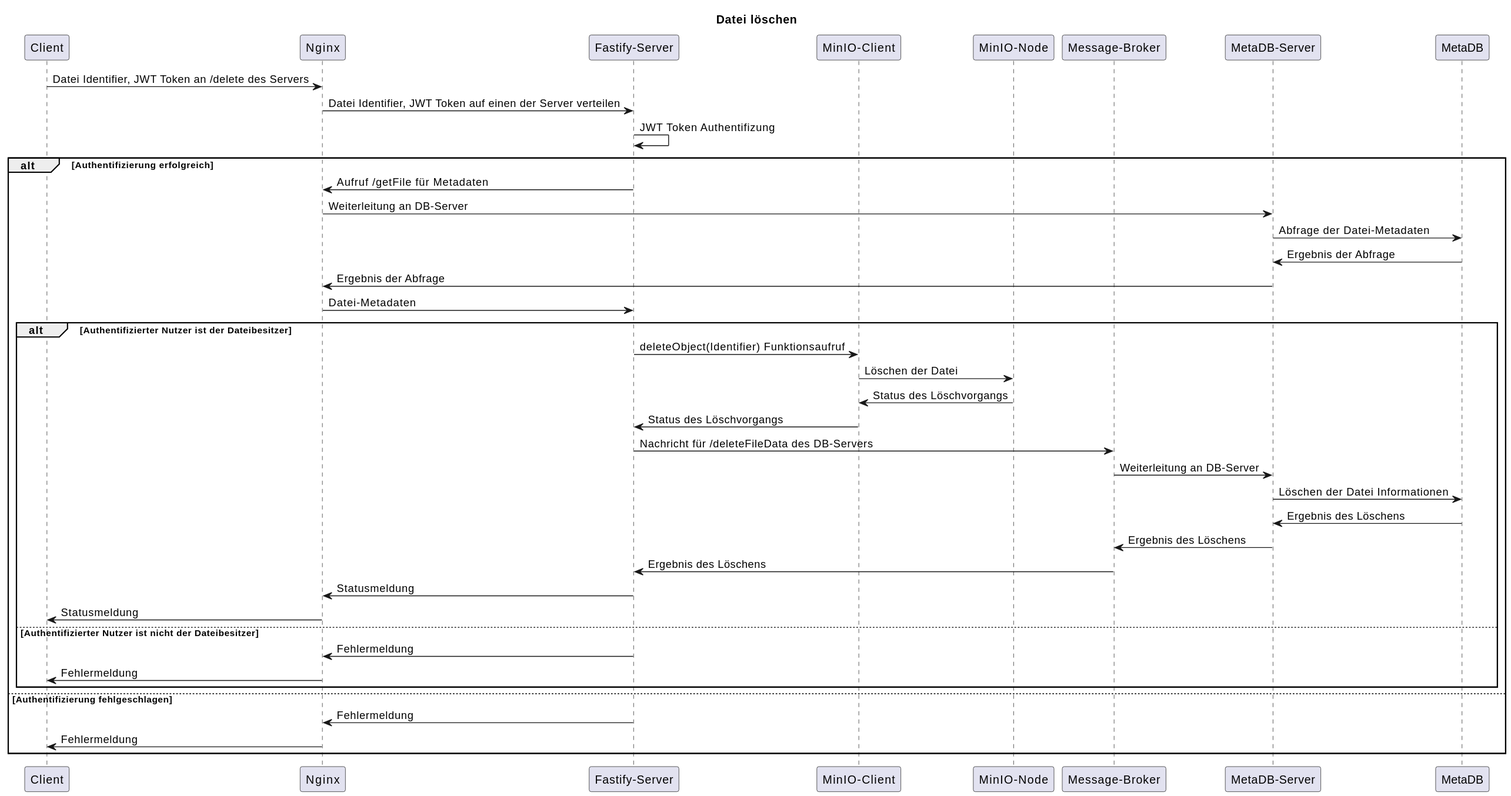
The PlantUML diagram documentation/delete-sequence.svg in TH-Projects/FileNest, before a commit.
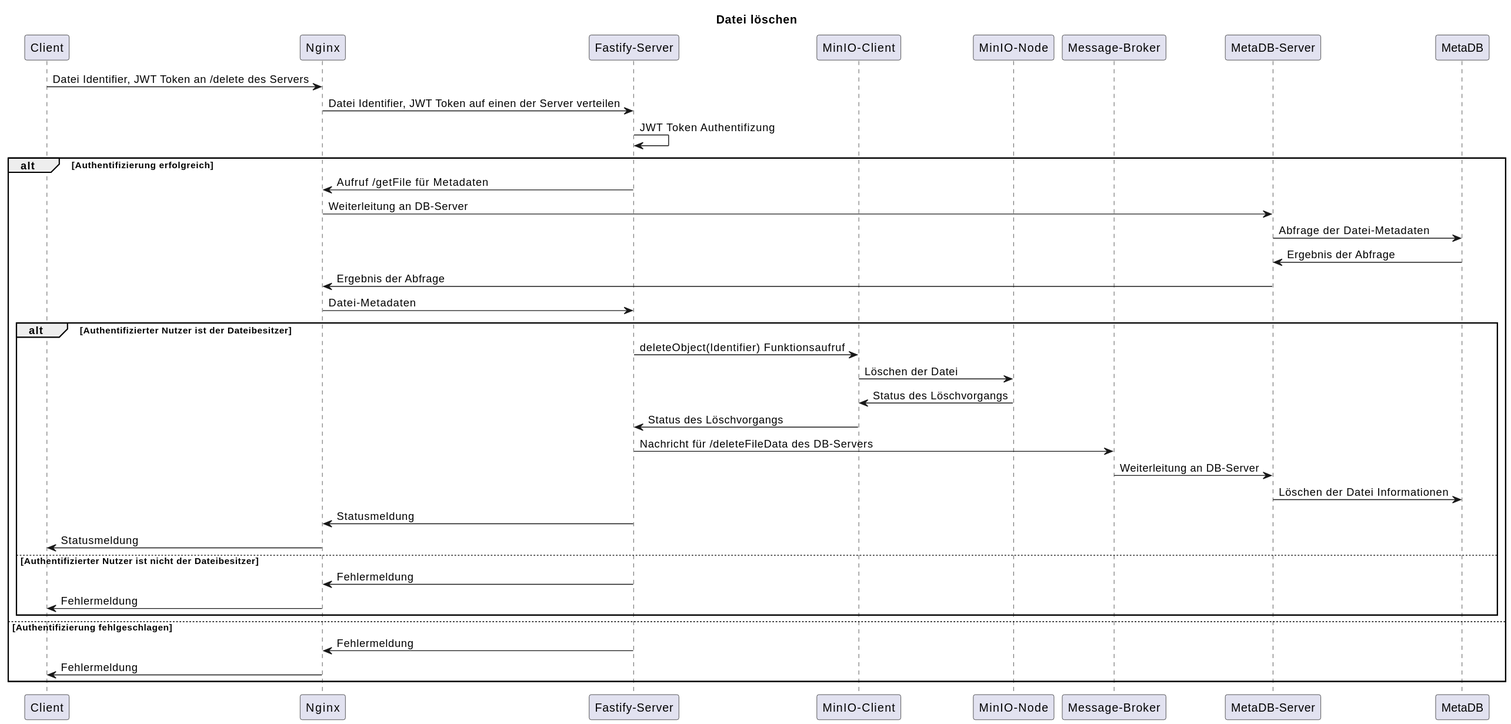
After the commit.

Commit message:
Updated sequence diagramms

What changed in the source:
```diff
@@ -32,9 +32,6 @@
         Server -> Broker: Nachricht für /deleteFileData des DB-Servers
         Broker -> DBServer: Weiterleitung an DB-Server
         DBServer -> MetaDB: Löschen der Datei Informationen
-        MetaDB -> DBServer: Ergebnis des Löschens
-        DBServer -> Broker: Ergebnis des Löschens
-        Broker -> Server: Ergebnis des Löschens
 
         Server -> Nginx: Statusmeldung
         Nginx -> Client: Statusmeldung
```
